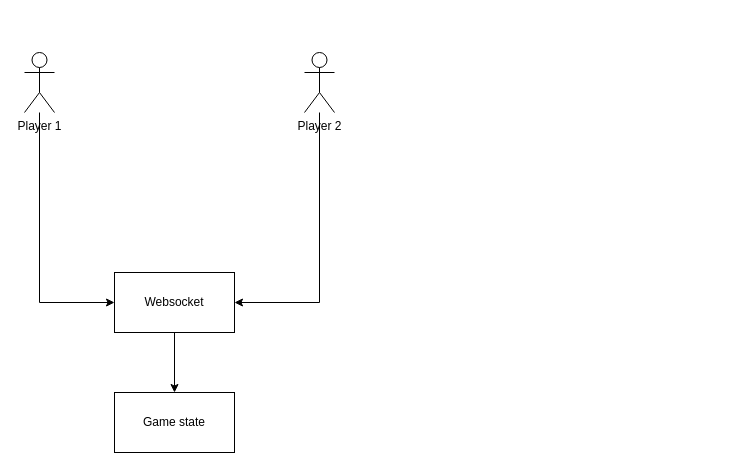
Above: page "Page-1" (1 of 3) of doc/figures/architecture.drawio in campfireman/abalone-web (draw.io), before the change. Source tidied: cells renumbered, new cells numbered last; positions are measured from the earlier drawing's top-left corner, leaving out a move shared by most shapes. Both pictures are drawn from the tidied source at 100%, with x=0, y=0 at pixel (24, 52).
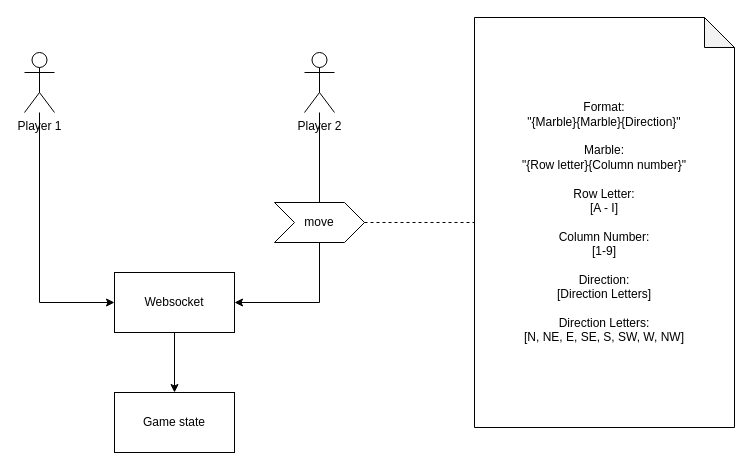
Above is the later version.

Commit message:
Rework details

What changed in the source:
```diff
@@
 <mxGraphModel>
   <root>
     <mxCell id="0" />
     <mxCell id="1" parent="0" />
     <mxCell id="2" value="Game state" style="rounded=0;whiteSpace=wrap;html=1;" parent="1" vertex="1">
       <mxGeometry x="90" y="340" width="120" height="60" as="geometry" />
     </mxCell>
     <mxCell id="3" style="edgeStyle=orthogonalEdgeStyle;rounded=0;jettySize=auto;html=1;entryX=0;entryY=0.5;entryDx=0;entryDy=0;" parent="1" edge="1" source="4" target="8">
       <mxGeometry relative="1" as="geometry">
         <Array as="points">
           <mxPoint x="15" y="250" />
         </Array>
       </mxGeometry>
     </mxCell>
     <mxCell id="4" value="Player 1" style="shape=umlActor;verticalLabelPosition=bottom;verticalAlign=top;html=1;outlineConnect=0;" parent="1" vertex="1">
       <mxGeometry width="30" height="60" as="geometry" />
     </mxCell>
     <mxCell id="5" style="edgeStyle=orthogonalEdgeStyle;rounded=0;jettySize=auto;html=1;entryX=1;entryY=0.5;entryDx=0;entryDy=0;" parent="1" edge="1" source="6" target="8">
       <mxGeometry relative="1" as="geometry">
         <Array as="points">
           <mxPoint x="295" y="250" />
         </Array>
       </mxGeometry>
     </mxCell>
     <mxCell id="6" value="Player 2&lt;br&gt;" style="shape=umlActor;verticalLabelPosition=bottom;verticalAlign=top;html=1;outlineConnect=0;" parent="1" vertex="1">
       <mxGeometry x="280" width="30" height="60" as="geometry" />
     </mxCell>
     <mxCell id="7" style="edgeStyle=orthogonalEdgeStyle;rounded=0;jettySize=auto;html=1;entryX=0.5;entryY=0;entryDx=0;entryDy=0;" parent="1" edge="1" source="8" target="2">
       <mxGeometry relative="1" as="geometry" />
     </mxCell>
     <mxCell id="8" value="Websocket" style="rounded=0;whiteSpace=wrap;html=1;" parent="1" vertex="1">
       <mxGeometry x="90" y="220" width="120" height="60" as="geometry" />
     </mxCell>
+    <mxCell id="9" style="edgeStyle=orthogonalEdgeStyle;rounded=0;jettySize=auto;html=1;entryX=0;entryY=0.5;entryDx=0;entryDy=0;entryPerimeter=0;dashed=1;endArrow=none;endFill=0;" parent="1" edge="1" source="10" target="11">
+      <mxGeometry relative="1" as="geometry" />
+    </mxCell>
+    <mxCell id="10" value="move" style="shape=step;perimeter=stepPerimeter;whiteSpace=wrap;html=1;fixedSize=1;" parent="1" vertex="1">
+      <mxGeometry x="250" y="150" width="90" height="40" as="geometry" />
+    </mxCell>
+    <mxCell id="11" value="Format:&lt;br&gt;&quot;{Marble}{Marble}{Direction}&quot;&lt;br&gt;&lt;br&gt;Marble:&lt;br&gt;&quot;{Row letter}{Column number}&quot;&lt;br&gt;&lt;br&gt;Row Letter:&lt;br&gt;[A - I]&lt;br&gt;&lt;br&gt;Column Number:&lt;br&gt;[1-9]&lt;br&gt;&lt;br&gt;Direction:&lt;br&gt;[Direction Letters]&lt;br&gt;&lt;br&gt;Direction Letters:&lt;br&gt;[N, NE, E, SE, S, SW, W, NW]" style="shape=note;whiteSpace=wrap;html=1;backgroundOutline=1;darkOpacity=0.05;" parent="1" vertex="1">
+      <mxGeometry x="450" y="-35" width="260" height="410" as="geometry" />
+    </mxCell>
   </root>
 </mxGraphModel>
```
